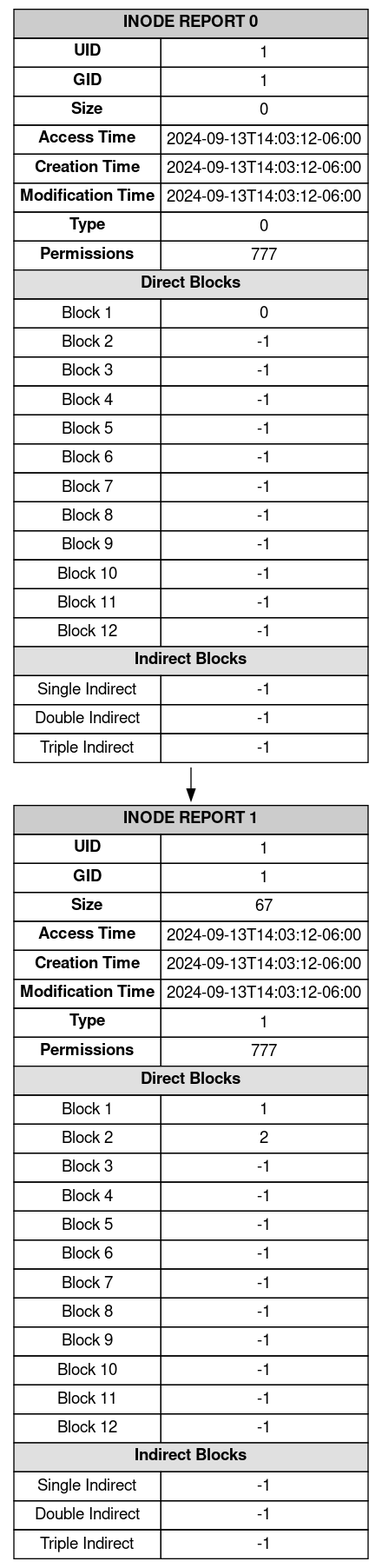
This is r_outputs/bm_inode_report.png from JoseLorenzana272/Disk-Creator-Simulation, a Graphviz export, as it was before one commit. Its source is kept beside it as r_outputs/bm_inode_report.dot.
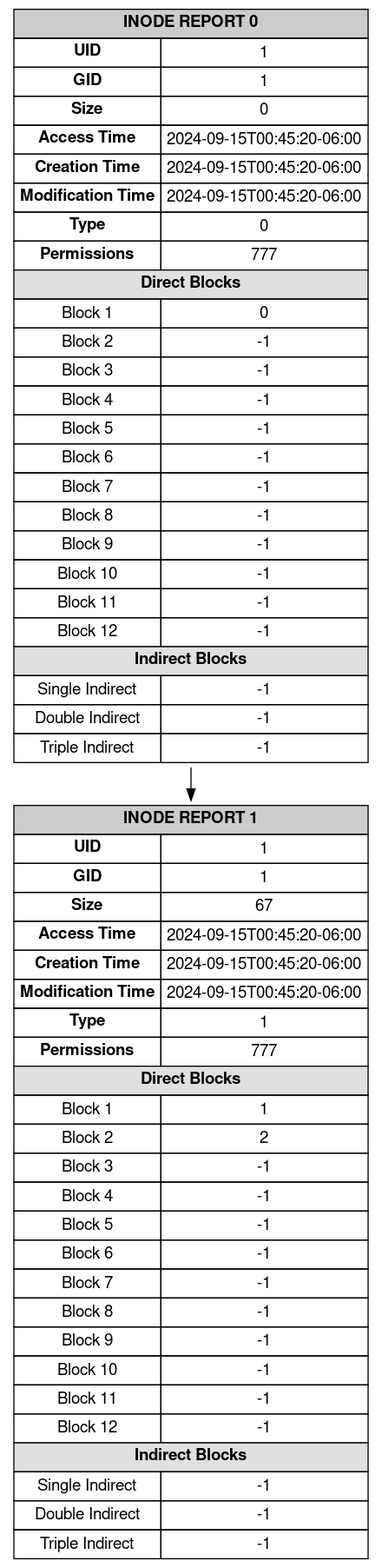
After the commit.

The edit, as a diff of the source:
```diff
@@ -9,9 +9,9 @@
 				<tr><td><b>UID</b></td><td>1</td></tr>
 				<tr><td><b>GID</b></td><td>1</td></tr>
 				<tr><td><b>Size</b></td><td>0</td></tr>
-				<tr><td><b>Access Time</b></td><td>2024-09-13T14:03:12-06:00</td></tr>
-				<tr><td><b>Creation Time</b></td><td>2024-09-13T14:03:12-06:00</td></tr>
-				<tr><td><b>Modification Time</b></td><td>2024-09-13T14:03:12-06:00</td></tr>
+				<tr><td><b>Access Time</b></td><td>2024-09-15T00:45:20-06:00</td></tr>
+				<tr><td><b>Creation Time</b></td><td>2024-09-15T00:45:20-06:00</td></tr>
+				<tr><td><b>Modification Time</b></td><td>2024-09-15T00:45:20-06:00</td></tr>
 				<tr><td><b>Type</b></td><td>0</td></tr>
 				<tr><td><b>Permissions</b></td><td>777</td></tr>
 				<tr><td colspan="2" bgcolor="#E0E0E0"><b>Direct Blocks</b></td></tr>
@@ -28,9 +28,9 @@
 				<tr><td><b>UID</b></td><td>1</td></tr>
 				<tr><td><b>GID</b></td><td>1</td></tr>
 				<tr><td><b>Size</b></td><td>67</td></tr>
-				<tr><td><b>Access Time</b></td><td>2024-09-13T14:03:12-06:00</td></tr>
-				<tr><td><b>Creation Time</b></td><td>2024-09-13T14:03:12-06:00</td></tr>
-				<tr><td><b>Modification Time</b></td><td>2024-09-13T14:03:12-06:00</td></tr>
+				<tr><td><b>Access Time</b></td><td>2024-09-15T00:45:20-06:00</td></tr>
+				<tr><td><b>Creation Time</b></td><td>2024-09-15T00:45:20-06:00</td></tr>
+				<tr><td><b>Modification Time</b></td><td>2024-09-15T00:45:20-06:00</td></tr>
 				<tr><td><b>Type</b></td><td>1</td></tr>
 				<tr><td><b>Permissions</b></td><td>777</td></tr>
 				<tr><td colspan="2" bgcolor="#E0E0E0"><b>Direct Blocks</b></td></tr>
```
